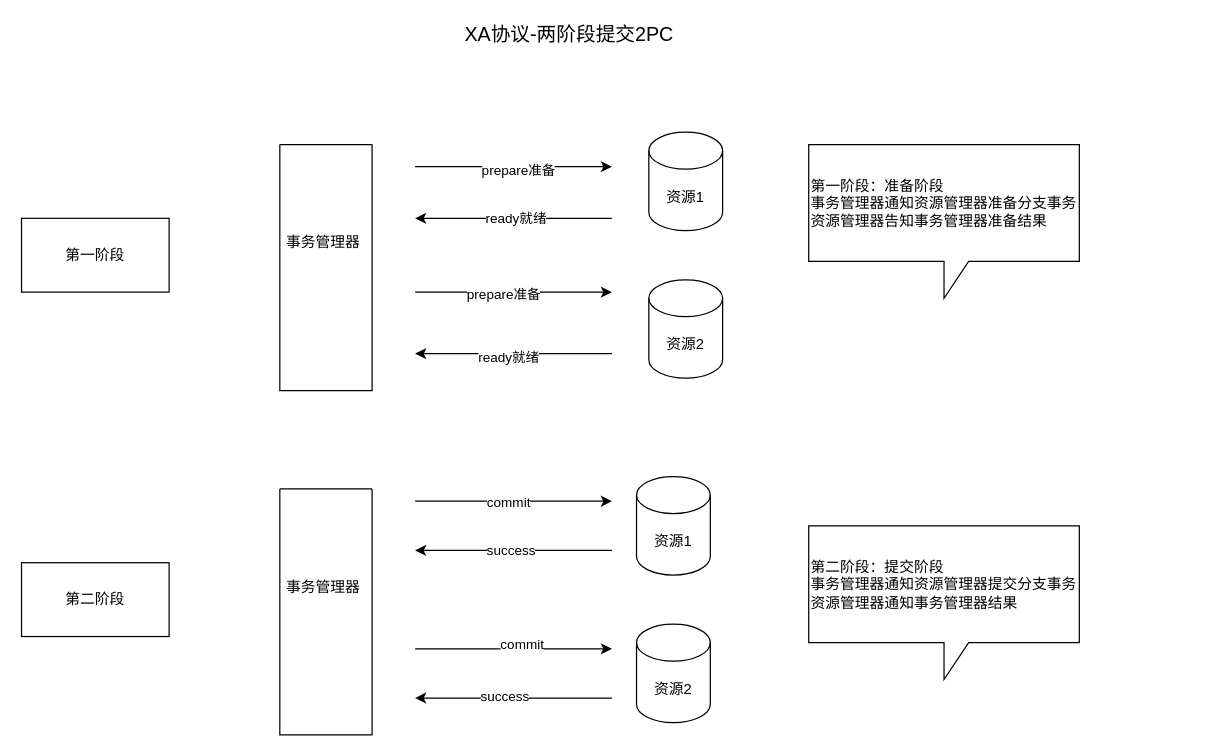
This is Untitled Diagram.drawio from lichaoyu11/diagrams, a draw.io file, before an edit. Source tidied: cells renumbered, new cells numbered last; positions are measured from the earlier drawing's top-left corner, leaving out a move shared by most shapes. Both pictures are drawn from the tidied source at 123%, with x=0, y=0 at pixel (21, 21).
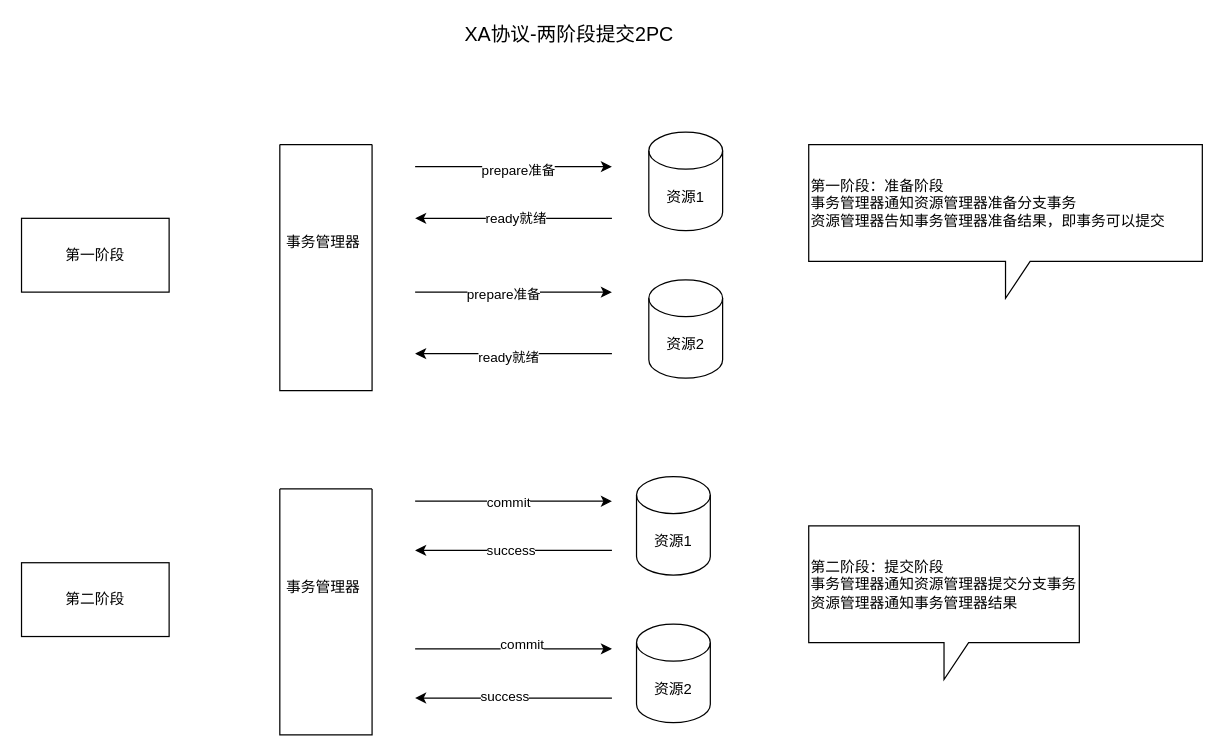
After the change.

Commit message (it also covers changes not shown here):
XA协议-两阶段提交2PC

Change to the diagram source:
```diff
@@
-    <mxCell id="29" value="第一阶段：准备阶段&lt;br&gt;事务管理器通知资源管理器准备分支事务&lt;br&gt;资源管理器告知事务管理器准备结果" style="shape=callout;whiteSpace=wrap;html=1;perimeter=calloutPerimeter;align=left;" parent="1" vertex="1">
-      <mxGeometry x="640" y="100" width="220" height="125" as="geometry" />
+    <mxCell id="29" value="第一阶段：准备阶段&lt;br&gt;事务管理器通知资源管理器准备分支事务&lt;br&gt;资源管理器告知事务管理器准备结果，即事务可以提交" style="shape=callout;whiteSpace=wrap;html=1;perimeter=calloutPerimeter;align=left;" parent="1" vertex="1">
+      <mxGeometry x="640" y="100" width="320" height="125" as="geometry" />
     </mxCell>
```
